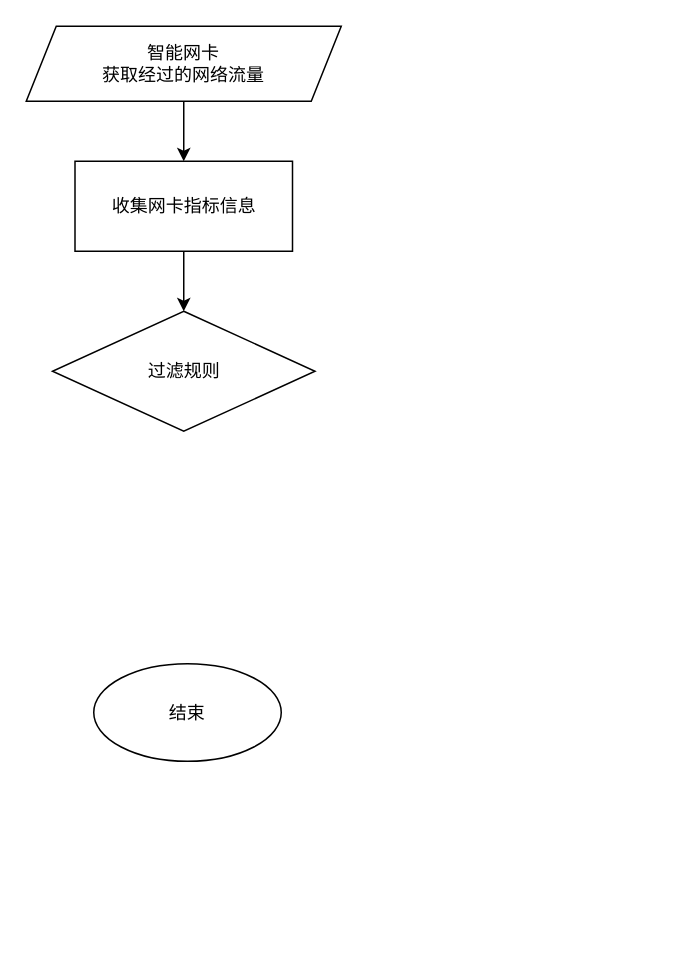
Above: 网络指标获取流程.drawio in poetlife/diagrams (draw.io), before the change. Source tidied: cells renumbered, new cells numbered last; positions are measured from the earlier drawing's top-left corner, leaving out a move shared by most shapes. Both pictures are drawn from the tidied source at 150%, with x=0, y=0 at pixel (26, 26).
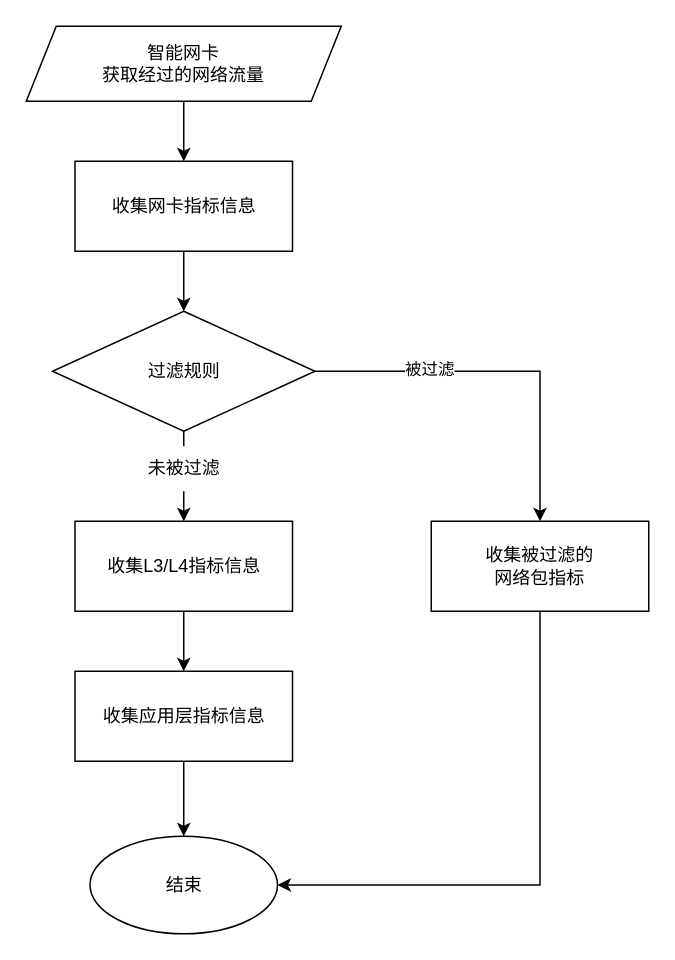
The same diagram, later.

Commit message (it also covers changes not shown here):
更新网络指标获取流程.drawio

Diff of the diagram source:
```diff
@@
 <mxGraphModel>
   <root>
     <mxCell id="0" />
     <mxCell id="1" parent="0" />
     <mxCell id="2" style="edgeStyle=orthogonalEdgeStyle;rounded=0;jettySize=auto;html=1;exitX=0.5;exitY=1;exitDx=0;exitDy=0;entryX=0.5;entryY=0;entryDx=0;entryDy=0;" parent="1" edge="1" source="3" target="5">
       <mxGeometry relative="1" as="geometry" />
     </mxCell>
     <mxCell id="3" value="智能网卡&lt;br&gt;获取经过的网络流量" style="shape=parallelogram;perimeter=parallelogramPerimeter;whiteSpace=wrap;html=1;fixedSize=1;" parent="1" vertex="1">
       <mxGeometry width="210" height="50" as="geometry" />
     </mxCell>
     <mxCell id="4" style="edgeStyle=orthogonalEdgeStyle;rounded=0;jettySize=auto;html=1;exitX=0.5;exitY=1;exitDx=0;exitDy=0;entryX=0.5;entryY=0;entryDx=0;entryDy=0;" parent="1" edge="1" source="5" target="6">
       <mxGeometry relative="1" as="geometry" />
     </mxCell>
     <mxCell id="5" value="收集网卡指标信息" style="rounded=0;whiteSpace=wrap;html=1;" parent="1" vertex="1">
       <mxGeometry x="32.5" y="90" width="145" height="60" as="geometry" />
     </mxCell>
+    <mxCell id="8" style="edgeStyle=orthogonalEdgeStyle;rounded=0;jettySize=auto;html=1;exitX=1;exitY=0.5;exitDx=0;exitDy=0;entryX=0.5;entryY=0;entryDx=0;entryDy=0;" parent="1" edge="1" source="6" target="12">
+      <mxGeometry relative="1" as="geometry" />
+    </mxCell>
+    <mxCell id="9" value="被过滤" style="edgeLabel;html=1;align=center;verticalAlign=middle;" parent="8" vertex="1">
+      <mxGeometry x="-0.39" y="2" relative="1" as="geometry" />
+    </mxCell>
+    <mxCell id="10" style="edgeStyle=orthogonalEdgeStyle;rounded=0;jettySize=auto;html=1;exitX=0.5;exitY=1;exitDx=0;exitDy=0;" parent="1" edge="1" source="6" target="14">
+      <mxGeometry relative="1" as="geometry">
+        <Array as="points">
+          <mxPoint x="105" y="310" />
+          <mxPoint x="105" y="310" />
+        </Array>
+      </mxGeometry>
+    </mxCell>
     <mxCell id="6" value="过滤规则" style="rhombus;whiteSpace=wrap;html=1;" parent="1" vertex="1">
       <mxGeometry x="17.5" y="190" width="175" height="80" as="geometry" />
     </mxCell>
     <mxCell id="7" value="结束" style="ellipse;whiteSpace=wrap;html=1;" parent="1" vertex="1">
-      <mxGeometry x="45" y="425" width="125" height="65" as="geometry" />
+      <mxGeometry x="42.5" y="540" width="125" height="65" as="geometry" />
     </mxCell>
+    <mxCell id="11" style="edgeStyle=orthogonalEdgeStyle;rounded=0;jettySize=auto;html=1;exitX=0.5;exitY=1;exitDx=0;exitDy=0;entryX=1;entryY=0.5;entryDx=0;entryDy=0;" parent="1" edge="1" source="12" target="7">
+      <mxGeometry relative="1" as="geometry" />
+    </mxCell>
+    <mxCell id="12" value="收集被过滤的&lt;br&gt;网络包指标" style="rounded=0;whiteSpace=wrap;html=1;" parent="1" vertex="1">
+      <mxGeometry x="270" y="330" width="145" height="60" as="geometry" />
+    </mxCell>
+    <mxCell id="13" style="edgeStyle=orthogonalEdgeStyle;rounded=0;jettySize=auto;html=1;exitX=0.5;exitY=1;exitDx=0;exitDy=0;entryX=0.5;entryY=0;entryDx=0;entryDy=0;" parent="1" edge="1" source="14" target="17">
+      <mxGeometry relative="1" as="geometry" />
+    </mxCell>
+    <mxCell id="14" value="收集L3/L4指标信息" style="rounded=0;whiteSpace=wrap;html=1;" parent="1" vertex="1">
+      <mxGeometry x="32.5" y="330" width="145" height="60" as="geometry" />
+    </mxCell>
+    <mxCell id="15" value="未被过滤" style="text;html=1;align=center;verticalAlign=middle;strokeColor=none;fillColor=default;" parent="1" vertex="1">
+      <mxGeometry x="70" y="280" width="70" height="30" as="geometry" />
+    </mxCell>
+    <mxCell id="16" style="edgeStyle=orthogonalEdgeStyle;rounded=0;jettySize=auto;html=1;exitX=0.5;exitY=1;exitDx=0;exitDy=0;" parent="1" edge="1" source="17" target="7">
+      <mxGeometry relative="1" as="geometry" />
+    </mxCell>
+    <mxCell id="17" value="收集应用层指标信息" style="rounded=0;whiteSpace=wrap;html=1;" parent="1" vertex="1">
+      <mxGeometry x="32.5" y="430" width="145" height="60" as="geometry" />
+    </mxCell>
   </root>
 </mxGraphModel>
```
